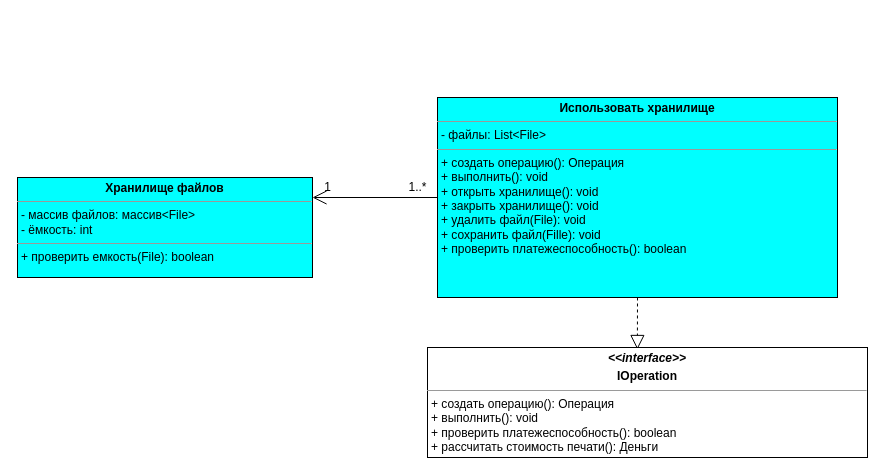
Earlier version of the draw.io diagram page "editedStorage" (4 of 8) of class/class diagram.drawio (sazro19/PPwIS_UML). Source tidied: cells renumbered, new cells numbered last; positions are measured from the earlier drawing's top-left corner, leaving out a move shared by most shapes. Both pictures are drawn from the tidied source at 100%, with x=0, y=0 at pixel (17, 97).
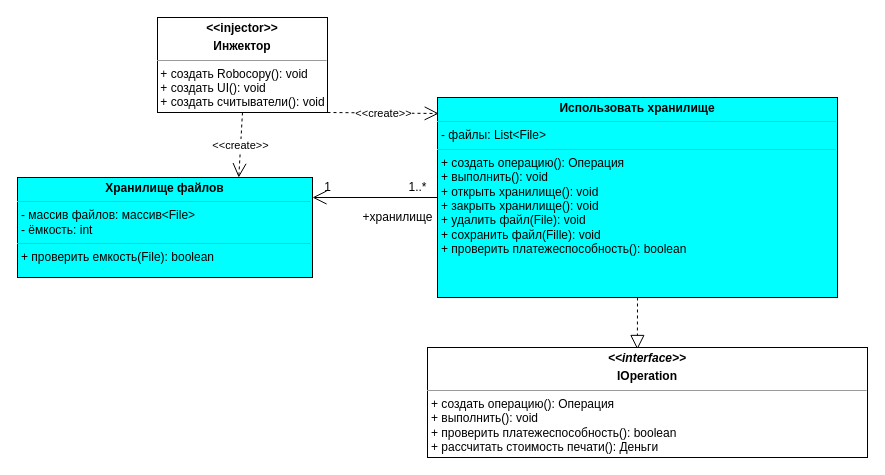
Above is the later version.

What changed in the source:
```diff
@@
 <mxGraphModel>
   <root>
     <mxCell id="0" />
     <mxCell id="1" parent="0" />
     <mxCell id="2" value="&lt;p style=&quot;margin: 0px ; margin-top: 4px ; text-align: center&quot;&gt;&lt;b&gt;Хранилище файлов&lt;/b&gt;&lt;/p&gt;&lt;hr size=&quot;1&quot;&gt;&lt;p style=&quot;margin: 0px ; margin-left: 4px&quot;&gt;&lt;span&gt;- массив файлов: массив&amp;lt;File&amp;gt;&lt;/span&gt;&lt;br&gt;&lt;/p&gt;&lt;p style=&quot;margin: 0px ; margin-left: 4px&quot;&gt;&lt;span&gt;- ёмкость: int&lt;/span&gt;&lt;/p&gt;&lt;hr size=&quot;1&quot;&gt;&lt;p style=&quot;margin: 0px ; margin-left: 4px&quot;&gt;&lt;span&gt;+ проверить емкость(File): boolean&lt;/span&gt;&lt;span&gt;&amp;nbsp;&lt;/span&gt;&lt;/p&gt;" style="verticalAlign=top;align=left;overflow=fill;fontSize=12;fontFamily=Helvetica;html=1;fillColor=#00FFFF;" parent="1" vertex="1">
       <mxGeometry y="80" width="295" height="100" as="geometry" />
     </mxCell>
     <mxCell id="3" value="&lt;p style=&quot;margin: 0px ; margin-top: 4px ; text-align: center&quot;&gt;&lt;b&gt;Использовать хранилище&lt;/b&gt;&lt;/p&gt;&lt;hr size=&quot;1&quot;&gt;&lt;p style=&quot;margin: 0px ; margin-left: 4px&quot;&gt;- файлы: List&amp;lt;File&amp;gt;&lt;br&gt;&lt;/p&gt;&lt;hr size=&quot;1&quot;&gt;&lt;p style=&quot;margin: 0px ; margin-left: 4px&quot;&gt;+ создать операцию(): Операция&lt;/p&gt;&lt;p style=&quot;margin: 0px ; margin-left: 4px&quot;&gt;+ выполнить(): void&lt;/p&gt;&lt;p style=&quot;margin: 0px ; margin-left: 4px&quot;&gt;+ открыть хранилище(): void&lt;/p&gt;&lt;p style=&quot;margin: 0px ; margin-left: 4px&quot;&gt;+ закрыть хранилище(): void&lt;/p&gt;&lt;p style=&quot;margin: 0px ; margin-left: 4px&quot;&gt;+ удалить файл(File): void&lt;/p&gt;&lt;p style=&quot;margin: 0px ; margin-left: 4px&quot;&gt;+ сохранить файл(Fille): void&lt;/p&gt;&lt;p style=&quot;margin: 0px ; margin-left: 4px&quot;&gt;+ проверить платежеспособность(): boolean&lt;/p&gt;" style="verticalAlign=top;align=left;overflow=fill;fontSize=12;fontFamily=Helvetica;html=1;fillColor=#00FFFF;" parent="1" vertex="1">
       <mxGeometry x="420" width="400" height="200" as="geometry" />
     </mxCell>
     <mxCell id="4" style="endArrow=open;endFill=1;endSize=12;html=1;exitX=0;exitY=0.5;exitDx=0;exitDy=0;" parent="1" edge="1" source="3">
       <mxGeometry relative="1" as="geometry">
         <mxPoint x="295" y="100" as="targetPoint" />
       </mxGeometry>
     </mxCell>
     <mxCell id="5" value="1..*" style="text;html=1;align=center;verticalAlign=middle;" parent="1" vertex="1">
       <mxGeometry x="385" y="80" width="30" height="20" as="geometry" />
     </mxCell>
     <mxCell id="6" value="1" style="text;html=1;align=center;verticalAlign=middle;" parent="1" vertex="1">
       <mxGeometry x="300" y="80" width="20" height="20" as="geometry" />
     </mxCell>
     <mxCell id="7" style="endArrow=block;dashed=1;endFill=0;endSize=12;html=1;entryX=0.477;entryY=0.018;entryDx=0;entryDy=0;entryPerimeter=0;" parent="1" edge="1" target="8">
       <mxGeometry relative="1" as="geometry">
         <mxPoint x="620" y="200" as="sourcePoint" />
       </mxGeometry>
     </mxCell>
     <mxCell id="8" value="&lt;p style=&quot;margin: 0px ; margin-top: 4px ; text-align: center&quot;&gt;&lt;i&gt;&lt;b&gt;&amp;lt;&amp;lt;interface&amp;gt;&amp;gt;&lt;/b&gt;&lt;/i&gt;&lt;/p&gt;&lt;p style=&quot;margin: 0px ; margin-top: 4px ; text-align: center&quot;&gt;&lt;b&gt;IOperation&lt;/b&gt;&lt;/p&gt;&lt;hr size=&quot;1&quot;&gt;&lt;p style=&quot;margin: 0px 0px 0px 4px&quot;&gt;+ создать операцию(): Операция&lt;/p&gt;&lt;p style=&quot;margin: 0px 0px 0px 4px&quot;&gt;+ выполнить(): void&lt;span&gt;&amp;nbsp;&lt;/span&gt;&lt;/p&gt;&lt;p style=&quot;margin: 0px 0px 0px 4px&quot;&gt;+ проверить платежеспособность(): boolean&lt;/p&gt;&lt;p style=&quot;margin: 0px 0px 0px 4px&quot;&gt;+ рассчитать стоимость печати(): Деньги&lt;/p&gt;" style="verticalAlign=top;align=left;overflow=fill;fontSize=12;fontFamily=Helvetica;html=1;" parent="1" vertex="1">
       <mxGeometry x="410" y="250" width="440" height="110" as="geometry" />
     </mxCell>
+    <mxCell id="9" value="+хранилище" style="text;html=1;align=center;verticalAlign=middle;" parent="1" vertex="1">
+      <mxGeometry x="335" y="110" width="90" height="20" as="geometry" />
+    </mxCell>
+    <mxCell id="10" value="&lt;p style=&quot;margin: 0px ; margin-top: 4px ; text-align: center&quot;&gt;&lt;b&gt;&amp;lt;&amp;lt;injector&amp;gt;&amp;gt;&lt;/b&gt;&lt;/p&gt;&lt;p style=&quot;margin: 0px ; margin-top: 4px ; text-align: center&quot;&gt;&lt;b&gt;Инжектор&lt;/b&gt;&lt;/p&gt;&lt;hr size=&quot;1&quot;&gt;&lt;div style=&quot;height: 2px&quot;&gt;&amp;nbsp;+ создать Robocopy(): void&lt;br&gt;&amp;nbsp;+ создать UI(): void&lt;/div&gt;&lt;div style=&quot;height: 2px&quot;&gt;&lt;br&gt;&lt;br&gt;&lt;/div&gt;&lt;div style=&quot;height: 2px&quot;&gt;&lt;br&gt;&lt;/div&gt;&lt;div style=&quot;height: 2px&quot;&gt;&lt;br&gt;&lt;/div&gt;&lt;div style=&quot;height: 2px&quot;&gt;&lt;br&gt;&lt;/div&gt;&lt;div style=&quot;height: 2px&quot;&gt;&lt;br&gt;&lt;/div&gt;&lt;div style=&quot;height: 2px&quot;&gt;&lt;br&gt;&lt;/div&gt;&lt;div style=&quot;height: 2px&quot;&gt;&lt;br&gt;&lt;/div&gt;&lt;div style=&quot;height: 2px&quot;&gt;&lt;br&gt;&lt;/div&gt;&lt;div style=&quot;height: 2px&quot;&gt;&lt;br&gt;&lt;/div&gt;&lt;div style=&quot;height: 2px&quot;&gt;&lt;br&gt;&lt;/div&gt;&lt;div style=&quot;height: 2px&quot;&gt;&lt;br&gt;&lt;/div&gt;&lt;div style=&quot;height: 2px&quot;&gt;&amp;nbsp;&lt;/div&gt;&lt;div style=&quot;height: 2px&quot;&gt;&lt;br&gt;&lt;/div&gt;&lt;div style=&quot;height: 2px&quot;&gt;&amp;nbsp;+ создать считыватели(): void&lt;/div&gt;" style="verticalAlign=top;align=left;overflow=fill;fontSize=12;fontFamily=Helvetica;html=1;" parent="1" vertex="1">
+      <mxGeometry x="140" y="-80" width="170" height="95" as="geometry" />
+    </mxCell>
+    <mxCell id="11" value="&amp;lt;&amp;lt;create&amp;gt;&amp;gt;" style="endArrow=open;endSize=12;dashed=1;html=1;exitX=0.5;exitY=1;exitDx=0;exitDy=0;entryX=0.75;entryY=0;entryDx=0;entryDy=0;" parent="1" edge="1" source="10" target="2">
+      <mxGeometry relative="1" as="geometry" />
+    </mxCell>
+    <mxCell id="12" value="&amp;lt;&amp;lt;create&amp;gt;&amp;gt;" style="endArrow=open;endSize=12;dashed=1;html=1;exitX=1;exitY=1;exitDx=0;exitDy=0;entryX=0.003;entryY=0.08;entryDx=0;entryDy=0;entryPerimeter=0;" parent="1" edge="1" source="10" target="3">
+      <mxGeometry relative="1" as="geometry" />
+    </mxCell>
   </root>
 </mxGraphModel>
```
